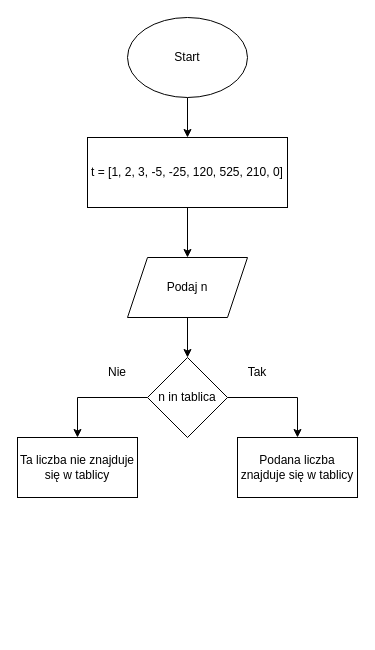
The draw.io diagram schemat_3.drawio in TheGhostY1/Algorytmy_I_Struktury_Danych, before the edit. Source tidied: cells renumbered, new cells numbered last; positions are measured from the earlier drawing's top-left corner, leaving out a move shared by most shapes. Both pictures are drawn from the tidied source at 100%, with x=0, y=0 at pixel (17, 17).
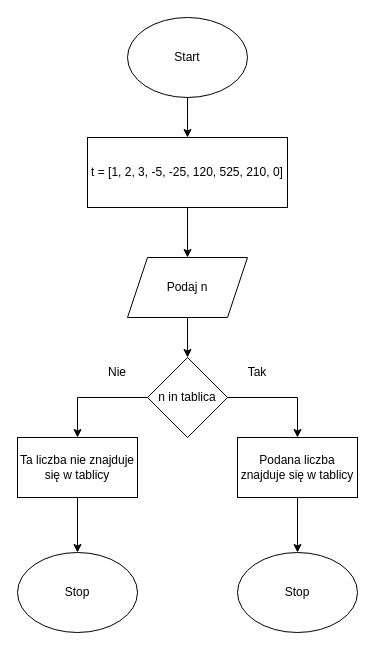
The same page after the edit.

What changed in the source:
```diff
@@
 <mxGraphModel>
   <root>
     <mxCell id="0" />
     <mxCell id="1" parent="0" />
     <mxCell id="2" style="edgeStyle=orthogonalEdgeStyle;rounded=0;jettySize=auto;html=1;entryX=0.5;entryY=0;entryDx=0;entryDy=0;" parent="1" edge="1" source="3" target="7">
       <mxGeometry relative="1" as="geometry" />
     </mxCell>
     <mxCell id="3" value="Start" style="ellipse;whiteSpace=wrap;html=1;" parent="1" vertex="1">
       <mxGeometry x="110" width="120" height="80" as="geometry" />
     </mxCell>
     <mxCell id="4" style="edgeStyle=orthogonalEdgeStyle;rounded=0;jettySize=auto;html=1;entryX=0.5;entryY=0;entryDx=0;entryDy=0;" parent="1" edge="1" source="5" target="10">
       <mxGeometry relative="1" as="geometry" />
     </mxCell>
     <mxCell id="5" value="Podaj n" style="shape=parallelogram;perimeter=parallelogramPerimeter;whiteSpace=wrap;html=1;fixedSize=1;" parent="1" vertex="1">
       <mxGeometry x="110" y="240" width="120" height="60" as="geometry" />
     </mxCell>
     <mxCell id="6" style="edgeStyle=orthogonalEdgeStyle;rounded=0;jettySize=auto;html=1;" parent="1" edge="1" source="7" target="5">
       <mxGeometry relative="1" as="geometry" />
     </mxCell>
     <mxCell id="7" value="t = [1, 2, 3, -5, -25, 120, 525, 210, 0]" style="rounded=0;whiteSpace=wrap;html=1;" parent="1" vertex="1">
       <mxGeometry x="70" y="120" width="200" height="70" as="geometry" />
     </mxCell>
     <mxCell id="8" style="edgeStyle=orthogonalEdgeStyle;rounded=0;jettySize=auto;html=1;entryX=0.5;entryY=0;entryDx=0;entryDy=0;" parent="1" edge="1" source="10" target="11">
       <mxGeometry relative="1" as="geometry" />
     </mxCell>
     <mxCell id="9" style="edgeStyle=orthogonalEdgeStyle;rounded=0;jettySize=auto;html=1;entryX=0.5;entryY=0;entryDx=0;entryDy=0;" parent="1" edge="1" source="10" target="12">
       <mxGeometry relative="1" as="geometry" />
     </mxCell>
     <mxCell id="10" value="n in tablica" style="rhombus;whiteSpace=wrap;html=1;" parent="1" vertex="1">
       <mxGeometry x="130" y="340" width="80" height="80" as="geometry" />
     </mxCell>
     <mxCell id="11" value="Podana liczba znajduje się w tablicy" style="rounded=0;whiteSpace=wrap;html=1;" parent="1" vertex="1">
       <mxGeometry x="220" y="420" width="120" height="60" as="geometry" />
     </mxCell>
     <mxCell id="12" value="Ta liczba nie znajduje się w tablicy" style="rounded=0;whiteSpace=wrap;html=1;" parent="1" vertex="1">
       <mxGeometry y="420" width="120" height="60" as="geometry" />
     </mxCell>
     <mxCell id="13" value="Tak" style="text;html=1;strokeColor=none;fillColor=none;align=center;verticalAlign=middle;whiteSpace=wrap;rounded=0;" parent="1" vertex="1">
       <mxGeometry x="210" y="340" width="60" height="30" as="geometry" />
     </mxCell>
     <mxCell id="14" value="Nie" style="text;html=1;strokeColor=none;fillColor=none;align=center;verticalAlign=middle;whiteSpace=wrap;rounded=0;" parent="1" vertex="1">
       <mxGeometry x="70" y="340" width="60" height="30" as="geometry" />
     </mxCell>
+    <mxCell id="15" style="endArrow=classic;html=1;rounded=0;exitX=0.5;exitY=1;exitDx=0;exitDy=0;" parent="1" edge="1" source="12" target="16">
+      <mxGeometry relative="1" as="geometry" />
+    </mxCell>
+    <mxCell id="16" value="Stop" style="ellipse;whiteSpace=wrap;html=1;" parent="1" vertex="1">
+      <mxGeometry y="535" width="120" height="80" as="geometry" />
+    </mxCell>
+    <mxCell id="17" style="endArrow=classic;html=1;rounded=0;exitX=0.5;exitY=1;exitDx=0;exitDy=0;" parent="1" edge="1" source="11" target="18">
+      <mxGeometry relative="1" as="geometry" />
+    </mxCell>
+    <mxCell id="18" value="Stop" style="ellipse;whiteSpace=wrap;html=1;" parent="1" vertex="1">
+      <mxGeometry x="220" y="535" width="120" height="80" as="geometry" />
+    </mxCell>
   </root>
 </mxGraphModel>
```
